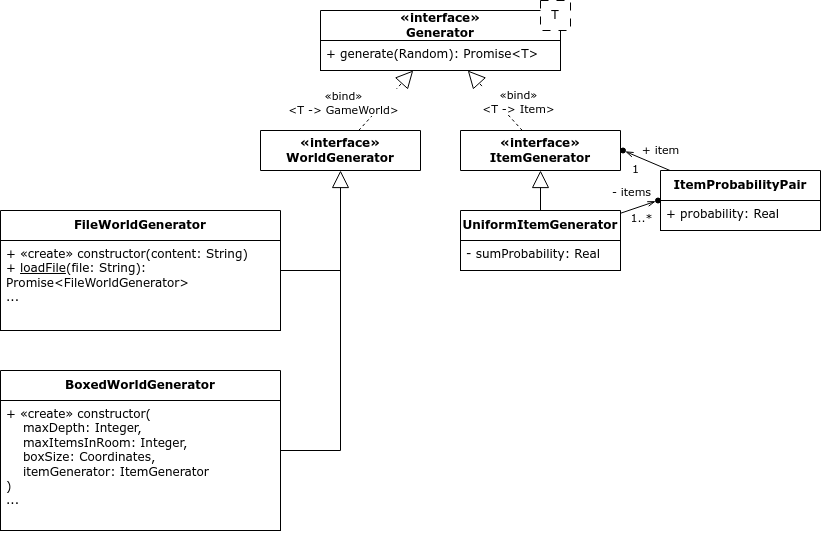
Earlier version of the draw.io export uml/world_generator_classes.drawio.png (ProgMiner/Lab_SoftwareDevelopment). Source tidied: cells renumbered, new cells last; positions are measured from the earlier drawing's top-left corner, leaving out a move shared by most shapes.
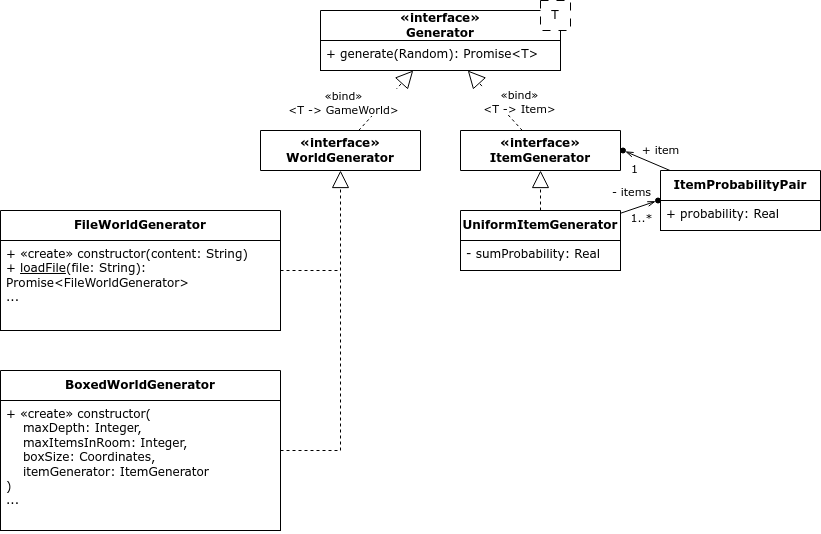
Later version of the same file.

The edit, as a diff of the source:
```diff
@@ -67,7 +67,7 @@
     <mxCell id="20" style="ellipse;whiteSpace=wrap;html=1;fillColor=#000000;" parent="1" vertex="1">
       <mxGeometry x="655" y="197.5" width="5" height="5" as="geometry" />
     </mxCell>
-    <mxCell id="21" style="endArrow=block;endSize=15;endFill=0;html=1;rounded=0;" parent="1" edge="1" source="11" target="6">
+    <mxCell id="21" style="endArrow=block;endSize=15;endFill=0;html=1;rounded=0;dashed=1;" parent="1" edge="1" source="11" target="6">
       <mxGeometry relative="1" as="geometry" />
     </mxCell>
     <mxCell id="22" value="FileWorldGenerator" style="swimlane;fontStyle=1;align=center;verticalAlign=middle;horizontal=1;startSize=30;whiteSpace=wrap;html=1;fillColor=default;" parent="1" vertex="1">
@@ -82,14 +82,14 @@
     <mxCell id="25" value="+ «create» constructor(&lt;br&gt;&amp;nbsp; &amp;nbsp; maxDepth: Integer,&lt;br&gt;&amp;nbsp; &amp;nbsp; maxItemsInRoom: Integer,&lt;br&gt;&amp;nbsp; &amp;nbsp; boxSize: Coordinates,&lt;br&gt;&amp;nbsp; &amp;nbsp; itemGenerator: ItemGenerator&lt;br&gt;)&lt;br&gt;..." style="text;strokeColor=default;fillColor=default;align=left;verticalAlign=top;spacingLeft=4;spacingRight=4;overflow=hidden;whiteSpace=wrap;html=1;" parent="24" vertex="1">
       <mxGeometry y="30" width="280" height="130" as="geometry" />
     </mxCell>
-    <mxCell id="26" style="endArrow=block;endSize=15;endFill=0;html=1;rounded=0;" parent="1" edge="1" source="24" target="5">
+    <mxCell id="26" style="endArrow=block;endSize=15;endFill=0;html=1;rounded=0;dashed=1;" parent="1" edge="1" source="24" target="5">
       <mxGeometry relative="1" as="geometry">
         <Array as="points">
           <mxPoint x="340" y="450" />
         </Array>
       </mxGeometry>
     </mxCell>
-    <mxCell id="27" style="endArrow=none;html=1;rounded=0;" parent="1" edge="1" source="22">
+    <mxCell id="27" style="endArrow=none;html=1;rounded=0;dashed=1;" parent="1" edge="1" source="22">
       <mxGeometry relative="1" as="geometry">
         <mxPoint x="340" y="270" as="targetPoint" />
       </mxGeometry>
```
